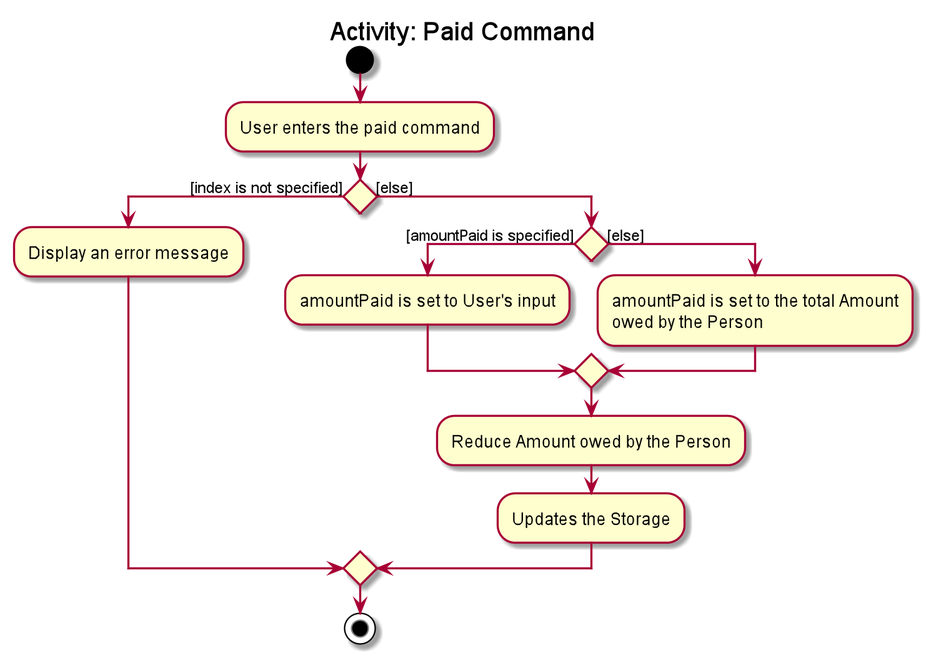
The PlantUML diagram docs/images/ExpenseSplitterPaidCommandActivityDiagram.png in nus-cs2103-AY1920S2/addressbook-level3, before a commit.
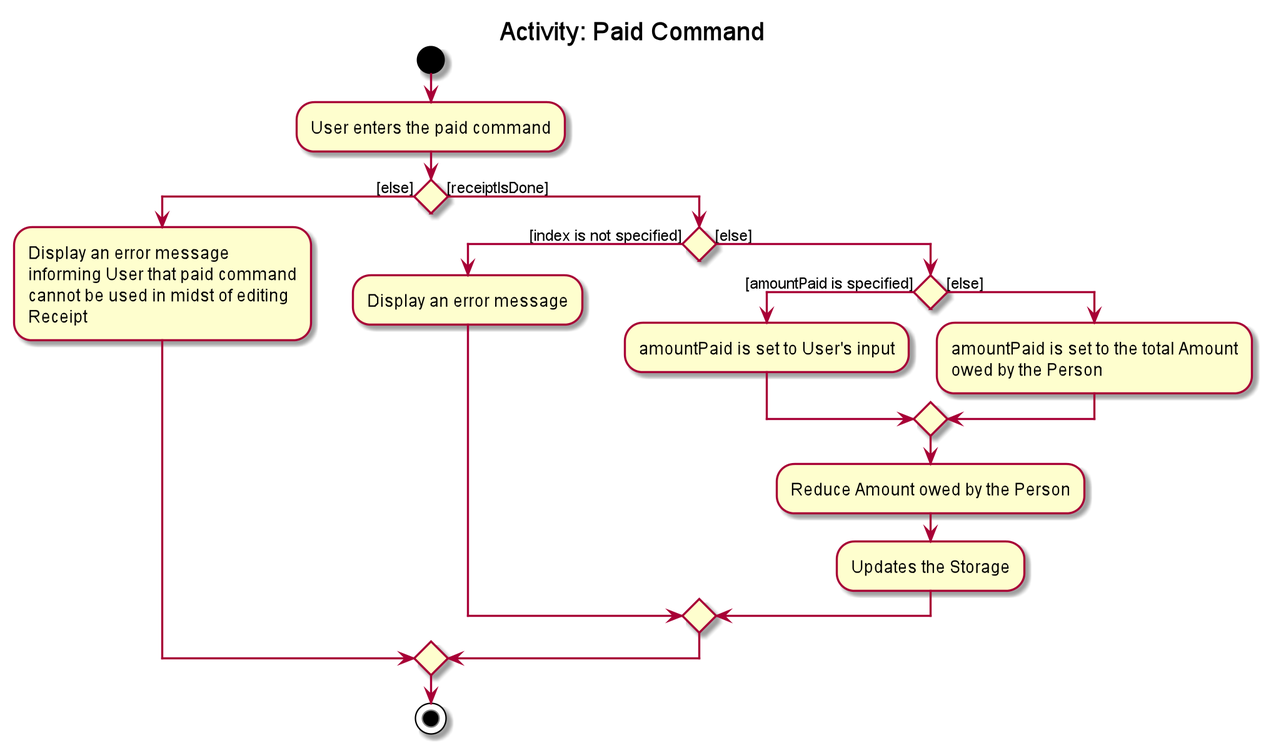
Later version of the same file.

Change to the diagram source:
```diff
@@ -4,17 +4,26 @@
 start
 :User enters the paid command;
 
-if () then ([index is not specified])
-    :Display an error message;
-else ([else])
-    if () then ([amountPaid is specified])
-        :amountPaid is set to User's input;
+
+if () then ([else])
+    :Display an error message
+    informing User that paid command
+    cannot be used in midst of editing
+    Receipt;
+else ([receiptIsDone])
+    if () then ([index is not specified])
+        :Display an error message;
     else ([else])
-        :amountPaid is set to the total Amount
-        owed by the Person;
+        if () then ([amountPaid is specified])
+            :amountPaid is set to User's input;
+        else ([else])
+            :amountPaid is set to the total Amount
+            owed by the Person;
+        endif
+        :Reduce Amount owed by the Person;
+        :Updates the Storage;
     endif
-    :Reduce Amount owed by the Person;
-    :Updates the Storage;
+
 endif
 stop
 @enduml
```
